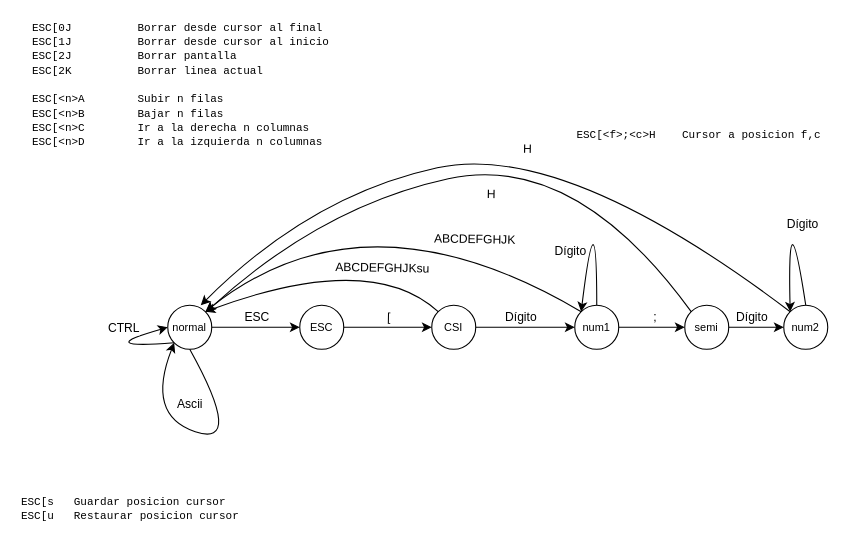
The draw.io diagram documents/automata vt100.drawio in titos-carrasco/PicoDVI_TerminalEmulator, before the edit. Source tidied: cells renumbered, new cells numbered last; positions are measured from the earlier drawing's top-left corner, leaving out a move shared by most shapes. Both pictures are drawn from the tidied source at 110%, with x=0, y=0 at pixel (19, 19).
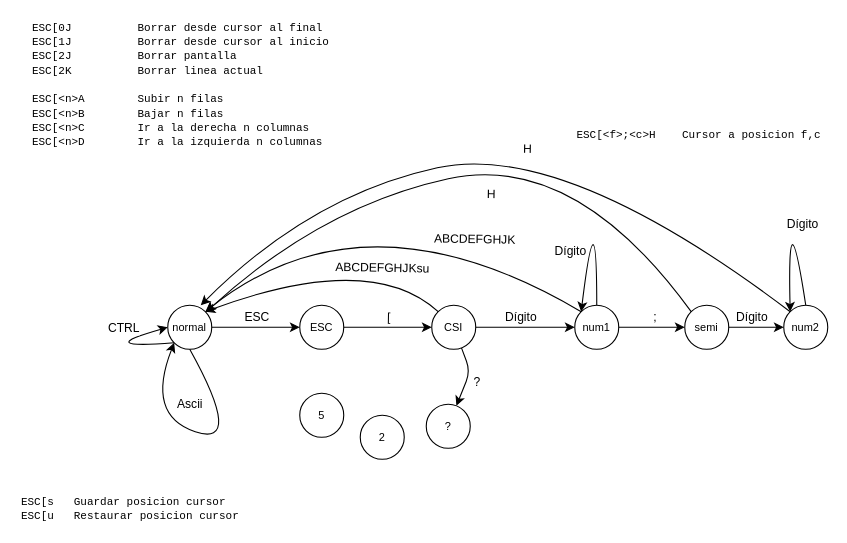
The same page after the edit.

Unchanged cells that the change refers to:
```xml
<mxCell id="3" value="CSI" style="ellipse;whiteSpace=wrap;html=1;fontSize=10;" parent="1" vertex="1">
  <mxGeometry x="375" y="260" width="40" height="40" as="geometry" />
</mxCell>
```

What changed in the source:
```diff
@@
+    <mxCell id="37" style="edgeStyle=none;html=1;" parent="1" edge="1" source="3" target="39">
+      <mxGeometry relative="1" as="geometry">
+        <Array as="points">
+          <mxPoint x="410" y="320" />
+        </Array>
+      </mxGeometry>
+    </mxCell>
+    <mxCell id="38" value="?" style="edgeLabel;html=1;align=center;verticalAlign=middle;" parent="37" vertex="1">
+      <mxGeometry x="0.15" relative="1" as="geometry">
+        <mxPoint x="9" as="offset" />
+      </mxGeometry>
+    </mxCell>
@@
+    <mxCell id="39" value="?" style="ellipse;whiteSpace=wrap;html=1;fontSize=10;" parent="1" vertex="1">
+      <mxGeometry x="370" y="350" width="40" height="40" as="geometry" />
+    </mxCell>
+    <mxCell id="40" value="2" style="ellipse;whiteSpace=wrap;html=1;fontSize=10;" parent="1" vertex="1">
+      <mxGeometry x="310" y="360" width="40" height="40" as="geometry" />
+    </mxCell>
+    <mxCell id="41" value="5" style="ellipse;whiteSpace=wrap;html=1;fontSize=10;" parent="1" vertex="1">
+      <mxGeometry x="255" y="340" width="40" height="40" as="geometry" />
+    </mxCell>
```
